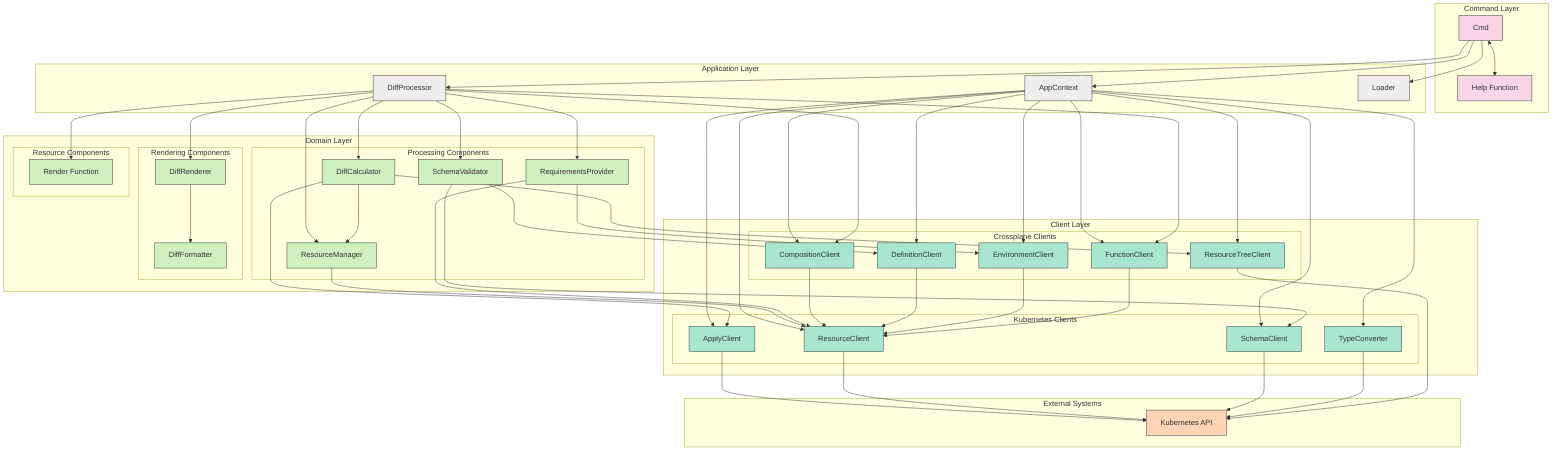
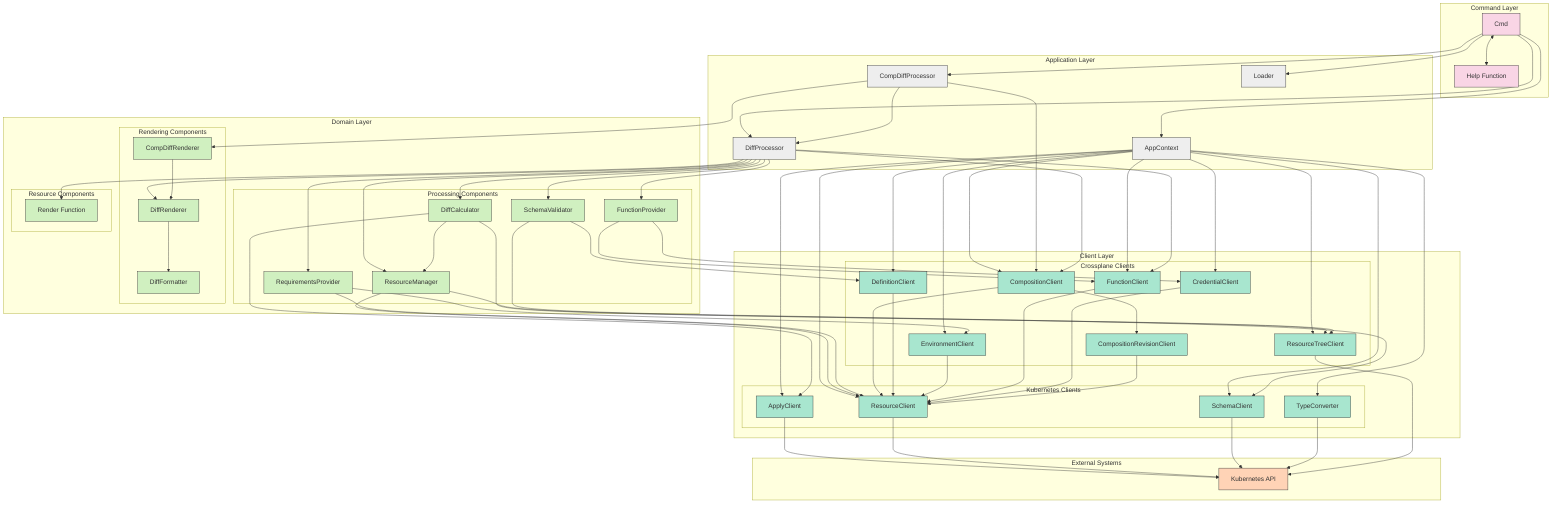
flowchart TD
    subgraph "Command Layer"
        CMD[Cmd]
        HELP[Help Function]
    end

    subgraph "Application Layer"
        APP[AppContext]
        DPR[DiffProcessor]
+         CDPR[CompDiffProcessor]
        LOAD[Loader]
    end

    subgraph "Domain Layer"
        subgraph "Processing Components"
            DIFFCALC[DiffCalculator]
            SCHMVLD[SchemaValidator]
            RESMGR[ResourceManager]
            REQPRV[RequirementsProvider]
+             FNPRV[FunctionProvider]
        end

        subgraph "Rendering Components"
            DIFFRND[DiffRenderer]
+             CDIFFRND[CompDiffRenderer]
            DIFFFRM[DiffFormatter]
        end

        subgraph "Resource Components"
            RENDER[Render Function]
        end
    end

    subgraph "Client Layer"
        subgraph "Kubernetes Clients"
            APPLY[ApplyClient]
            RESRC[ResourceClient]
            SCHMA[SchemaClient]
            TCONV[TypeConverter]
        end

        subgraph "Crossplane Clients"
            COMP[CompositionClient]
            DEFN[DefinitionClient]
            ENVT[EnvironmentClient]
            FUNC[FunctionClient]
+             CRED[CredentialClient]
            TREE[ResourceTreeClient]
+             CREV[CompositionRevisionClient]
        end
    end

    subgraph "External Systems"
        K8S[Kubernetes API]
    end

    %% Command Layer connections
    CMD --> APP
    CMD --> DPR
+     CMD --> CDPR
    CMD --> LOAD
    CMD <--> HELP

    %% Application Layer connections
    APP --> APPLY
    APP --> RESRC
    APP --> SCHMA
    APP --> TCONV
    APP --> COMP
    APP --> DEFN
    APP --> ENVT
    APP --> FUNC
+     APP --> CRED
    APP --> TREE
+ 
+     CDPR --> DPR
+     CDPR --> CDIFFRND
+     CDPR --> COMP
+ 
+     %% CompositionClient owns its CompositionRevisionClient internally;
+     %% callers don't wire CREV directly.
+     COMP --> CREV

    DPR --> DIFFCALC
    DPR --> SCHMVLD
    DPR --> RESMGR
    DPR --> REQPRV
+     DPR --> FNPRV
    DPR --> DIFFRND
    DPR --> RENDER
    DPR --> COMP
    DPR --> FUNC

    %% Domain Layer connections
    DIFFCALC --> RESMGR
    DIFFCALC --> TREE
    DIFFCALC --> APPLY

    SCHMVLD --> SCHMA
    SCHMVLD --> DEFN

    RESMGR --> RESRC
+     RESMGR --> TREE

    REQPRV --> RESRC
    REQPRV --> ENVT

+     FNPRV --> FUNC
+     FNPRV --> CRED
+ 
    DIFFRND --> DIFFFRM
+     CDIFFRND --> DIFFRND

    %% Client Layer connections
    APPLY --> K8S
    RESRC --> K8S
    SCHMA --> K8S
    TCONV --> K8S

    COMP --> RESRC
    DEFN --> RESRC
    ENVT --> RESRC
    FUNC --> RESRC
+     CRED --> RESRC
+     CREV --> RESRC
    TREE --> K8S

    %% Styling
    classDef commandLayer fill:#f9d5e5,stroke:#333,stroke-width:1px
    classDef applicationLayer fill:#eeeeee,stroke:#333,stroke-width:1px
    classDef domainLayer fill:#d0f0c0,stroke:#333,stroke-width:1px
    classDef clientLayer fill:#a8e6cf,stroke:#333,stroke-width:1px
    classDef externalSystems fill:#ffd3b6,stroke:#333,stroke-width:1px

    class CMD,HELP commandLayer
-     class APP,DPR,LOAD applicationLayer
-     class DIFFCALC,SCHMVLD,RESMGR,REQPRV,DIFFRND,DIFFFRM,RENDER domainLayer
-     class APPLY,RESRC,SCHMA,TCONV,COMP,DEFN,ENVT,FUNC,TREE clientLayer
+     class APP,DPR,CDPR,LOAD applicationLayer
+     class DIFFCALC,SCHMVLD,RESMGR,REQPRV,FNPRV,DIFFRND,CDIFFRND,DIFFFRM,RENDER domainLayer
+     class APPLY,RESRC,SCHMA,TCONV,COMP,CREV,DEFN,ENVT,FUNC,CRED,TREE clientLayer
    class K8S externalSystems
